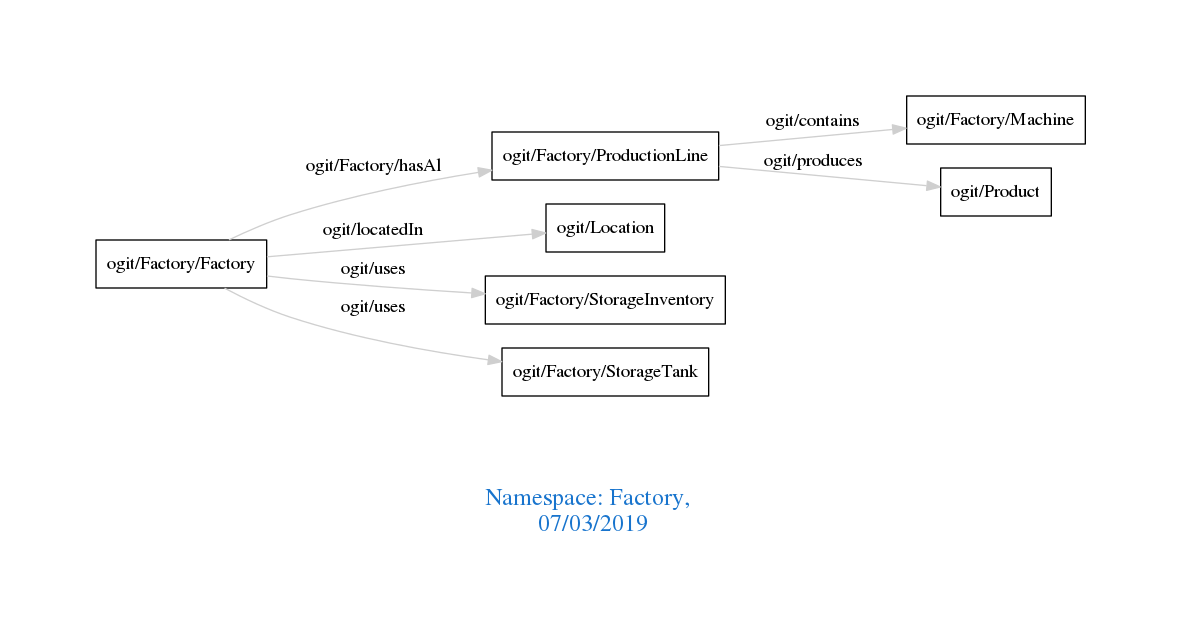
arago/OGIT keeps this Graphviz diagram as downloads/Factory.png. Above is the earlier version. Its source is kept beside it as downloads/Factory.dot. The source it was exported from:
```dot
digraph OGIT_ontology {
 graph [ rankdir= LR,pad=1
fontsize = 18,
fontcolor= dodgerblue3,label = "\n\n\nNamespace: Factory, \n 07/03/2019"];
node[shape=polygon];
edge [  color="gray81"];

   "ogit/Factory/ProductionLine" -> "ogit/Factory/Machine" [label="   ogit/contains    "];
   "ogit/Factory/Factory" -> "ogit/Factory/ProductionLine" [label="   ogit/Factory/hasAl    "];
   "ogit/Factory/Factory" -> "ogit/Location" [label="   ogit/locatedIn    "];
   "ogit/Factory/ProductionLine" -> "ogit/Product" [label="   ogit/produces    "];
   "ogit/Factory/Factory" -> "ogit/Factory/StorageInventory" [label="   ogit/uses    "];
   "ogit/Factory/Factory" -> "ogit/Factory/StorageTank" [label="   ogit/uses    "];
}
```
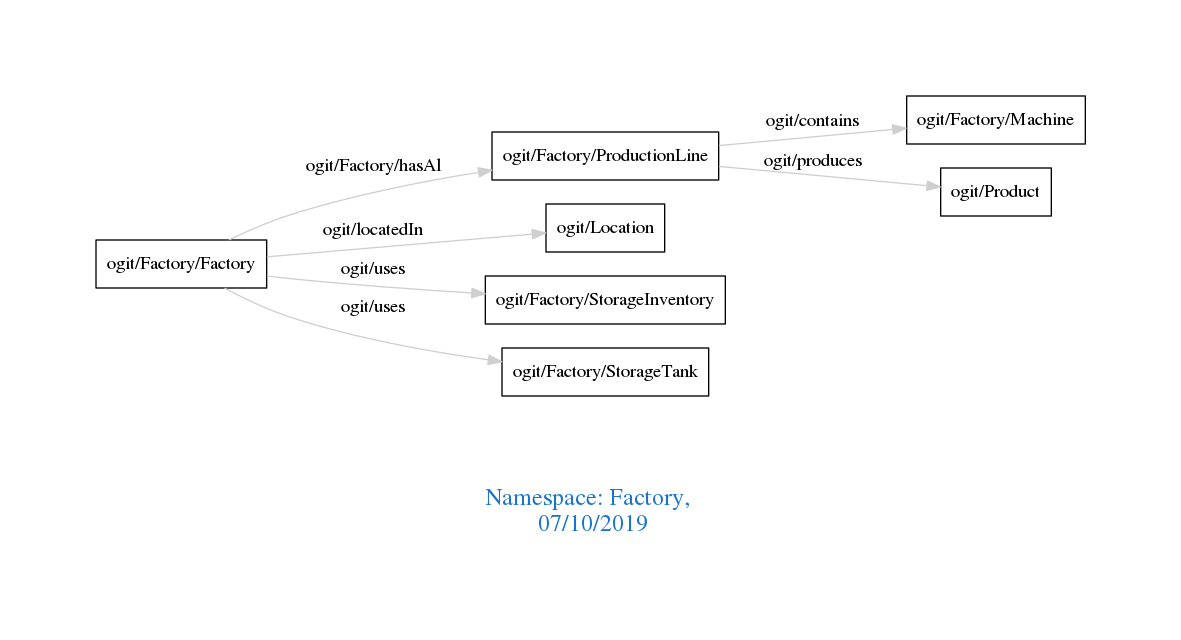
The same file after the commit.

The edit, as a diff of the source:
```diff
@@ -1,7 +1,7 @@
 digraph OGIT_ontology {
  graph [ rankdir= LR,pad=1
 fontsize = 18,
-fontcolor= dodgerblue3,label = "\n\n\nNamespace: Factory, \n 07/03/2019"];
+fontcolor= dodgerblue3,label = "\n\n\nNamespace: Factory, \n 07/10/2019"];
 node[shape=polygon];
 edge [  color="gray81"];
 
```
